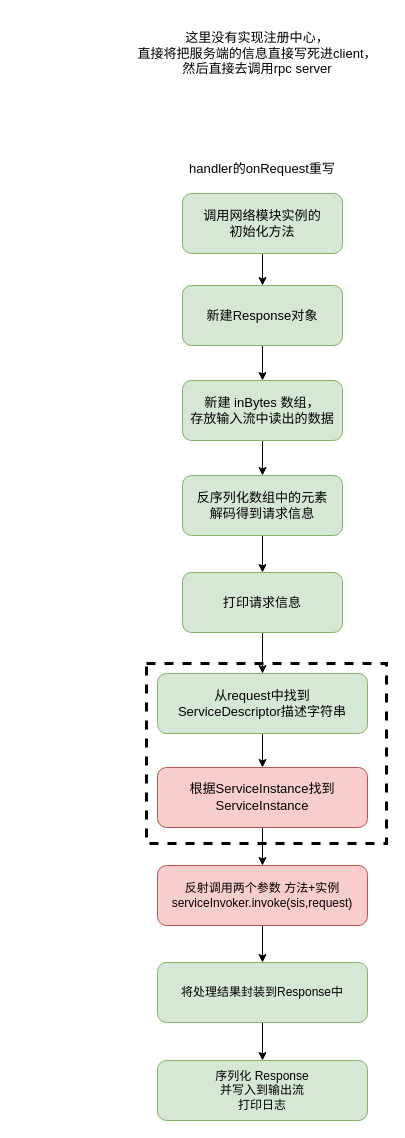
HonyoLAN/telmy keeps this draw.io diagram as page "Client" (3 of 3) of RPC.drawio. Above is the earlier version. Source tidied: cells renumbered, new cells numbered last; positions are measured from the earlier drawing's top-left corner, leaving out a move shared by most shapes. Both pictures are drawn from the tidied source at 100%, with x=0, y=0 at pixel (135, 23).
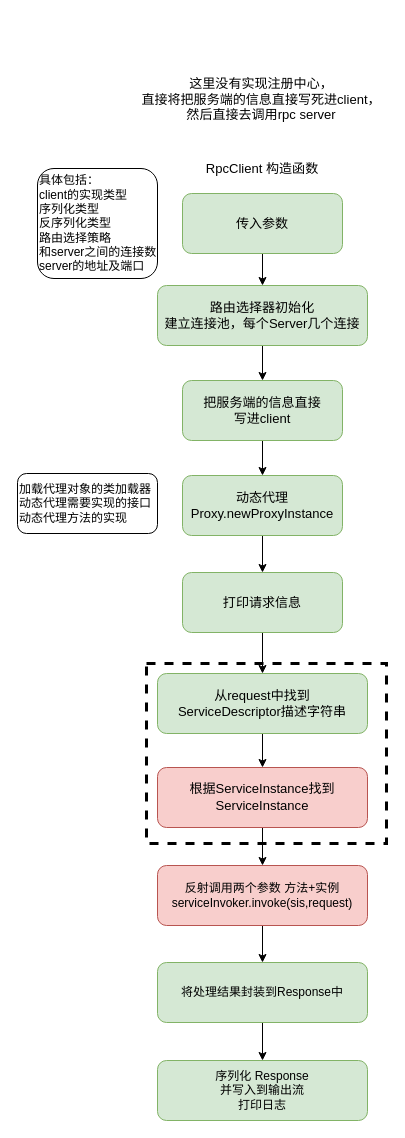
The same page after the edit.

The edit, as a diff of the source:
```diff
@@
-    <mxCell id="4" value="&lt;pre style=&quot;font-family: &amp;#34;jetbrains mono&amp;#34; ; font-size: 9.8pt&quot;&gt;调用网络模块实例的&lt;br/&gt;初始化方法&lt;/pre&gt;" style="rounded=1;whiteSpace=wrap;html=1;fillColor=#d5e8d4;strokeColor=#82b366;" parent="1" vertex="1">
+    <mxCell id="4" value="&lt;pre style=&quot;font-family: &amp;#34;jetbrains mono&amp;#34; ; font-size: 9.8pt&quot;&gt;传入参数&lt;/pre&gt;" style="rounded=1;whiteSpace=wrap;html=1;fillColor=#d5e8d4;strokeColor=#82b366;" parent="1" vertex="1">
       <mxGeometry x="47" y="170" width="160" height="60" as="geometry" />
     </mxCell>
-    <mxCell id="5" value="&lt;pre style=&quot;font-family: &amp;#34;jetbrains mono&amp;#34; ; font-size: 9.8pt&quot;&gt;handler的onRequest重写&lt;/pre&gt;" style="text;html=1;strokeColor=none;fillColor=none;align=center;verticalAlign=middle;whiteSpace=wrap;rounded=0;labelBackgroundColor=none;fontColor=#000000;" parent="1" vertex="1">
+    <mxCell id="5" value="&lt;pre style=&quot;font-family: &amp;#34;jetbrains mono&amp;#34; ; font-size: 9.8pt&quot;&gt;&lt;pre style=&quot;background-color: rgb(255 , 255 , 255) ; font-family: &amp;#34;jetbrains mono&amp;#34; ; font-size: 9.8pt&quot;&gt;RpcClient 构造函数&lt;/pre&gt;&lt;/pre&gt;" style="text;html=1;strokeColor=none;fillColor=none;align=center;verticalAlign=middle;whiteSpace=wrap;rounded=0;labelBackgroundColor=none;fontColor=#000000;" parent="1" vertex="1">
       <mxGeometry x="47" y="130" width="160" height="30" as="geometry" />
     </mxCell>
@@
-    <mxCell id="7" value="&lt;pre style=&quot;font-family: &amp;#34;jetbrains mono&amp;#34; ; font-size: 9.8pt&quot;&gt;新建Response对象&lt;/pre&gt;" style="rounded=1;whiteSpace=wrap;html=1;fillColor=#d5e8d4;strokeColor=#82b366;" parent="1" vertex="1">
-      <mxGeometry x="47" y="262" width="160" height="60" as="geometry" />
+    <mxCell id="7" value="&lt;pre style=&quot;font-family: &amp;#34;jetbrains mono&amp;#34; ; font-size: 9.8pt&quot;&gt;路由选择器初始化&lt;br/&gt;建立连接池，每个Server几个连接&lt;/pre&gt;" style="rounded=1;whiteSpace=wrap;html=1;fillColor=#d5e8d4;strokeColor=#82b366;" parent="1" vertex="1">
+      <mxGeometry x="22" y="262" width="210" height="60" as="geometry" />
     </mxCell>
@@
-    <mxCell id="9" value="&lt;pre style=&quot;font-family: &amp;#34;jetbrains mono&amp;#34; ; font-size: 9.8pt&quot;&gt;新建 inBytes 数组，&lt;br/&gt;存放输入流中读出的数据&lt;/pre&gt;" style="rounded=1;whiteSpace=wrap;html=1;fillColor=#d5e8d4;strokeColor=#82b366;" parent="1" vertex="1">
+    <mxCell id="9" value="&lt;pre style=&quot;font-family: &amp;#34;jetbrains mono&amp;#34; ; font-size: 9.8pt&quot;&gt;&lt;pre style=&quot;font-family: &amp;#34;jetbrains mono&amp;#34; ; font-size: 9.8pt&quot;&gt;把服务端的信息直接&lt;br/&gt;写进client&lt;/pre&gt;&lt;/pre&gt;" style="rounded=1;whiteSpace=wrap;html=1;fillColor=#d5e8d4;strokeColor=#82b366;" parent="1" vertex="1">
       <mxGeometry x="47" y="357" width="160" height="60" as="geometry" />
     </mxCell>
@@
-    <mxCell id="11" value="&lt;pre style=&quot;font-family: &amp;#34;jetbrains mono&amp;#34; ; font-size: 9.8pt&quot;&gt;反序列化数组中的元素&lt;br/&gt;解码得到请求信息&lt;/pre&gt;" style="rounded=1;whiteSpace=wrap;html=1;fillColor=#d5e8d4;strokeColor=#82b366;" parent="1" vertex="1">
+    <mxCell id="11" value="&lt;pre style=&quot;font-family: &amp;#34;jetbrains mono&amp;#34; ; font-size: 9.8pt&quot;&gt;动态代理&lt;br/&gt;Proxy.newProxyInstance&lt;br/&gt;&lt;/pre&gt;" style="rounded=1;whiteSpace=wrap;html=1;fillColor=#d5e8d4;strokeColor=#82b366;" parent="1" vertex="1">
       <mxGeometry x="47" y="452" width="160" height="60" as="geometry" />
     </mxCell>
@@
     <mxCell id="23" value="&lt;pre style=&quot;font-family: &amp;#34;jetbrains mono&amp;#34; ; font-size: 9.8pt&quot;&gt;这里没有实现注册中心，&lt;br/&gt;直接将把服务端的信息直接写死进client，&lt;br/&gt;然后直接去调用rpc server&lt;/pre&gt;" style="text;html=1;strokeColor=none;fillColor=none;align=center;verticalAlign=middle;whiteSpace=wrap;rounded=0;labelBackgroundColor=none;fontColor=#000000;" parent="1" vertex="1">
-      <mxGeometry width="244" height="60" as="geometry" />
+      <mxGeometry x="4" y="46" width="244" height="60" as="geometry" />
     </mxCell>
+    <mxCell id="24" value="具体包括：&lt;br&gt;&lt;span&gt; &lt;/span&gt;client的实现类型&lt;br&gt;&lt;span&gt; &lt;/span&gt;序列化类型&lt;br&gt;反序列化类型&lt;br&gt;路由选择策略&lt;br&gt;和server之间的连接数&lt;br&gt;server的地址及端口" style="rounded=1;whiteSpace=wrap;html=1;labelBackgroundColor=none;fontColor=#000000;align=left;" parent="1" vertex="1">
+      <mxGeometry x="-98" y="145" width="120" height="110" as="geometry" />
+    </mxCell>
+    <mxCell id="25" value="加载代理对象的类加载器&lt;br&gt;动态代理需要实现的接口&lt;br&gt;动态代理方法的实现" style="rounded=1;whiteSpace=wrap;html=1;labelBackgroundColor=none;fontColor=#000000;align=left;" parent="1" vertex="1">
+      <mxGeometry x="-118" y="450" width="140" height="60" as="geometry" />
+    </mxCell>
```
